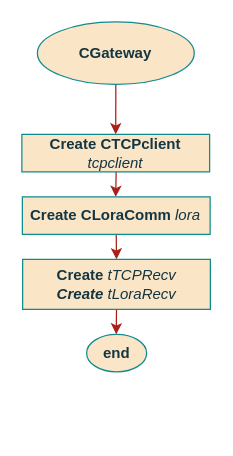
ESRGgroup9/slipad keeps this draw.io diagram as page "constructor" (2 of 5) of documentation/flowcharts/Gateway/CGateway.drawio. Above is the earlier version. Source tidied: cells renumbered, new cells numbered last; positions are measured from the earlier drawing's top-left corner, leaving out a move shared by most shapes. Both pictures are drawn from the tidied source at 125%, with x=0, y=0 at pixel (21, 21).
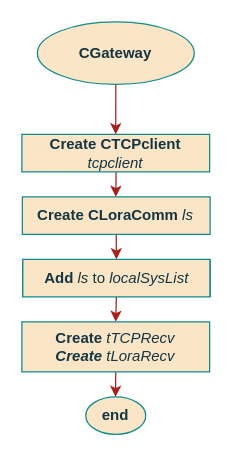
The same diagram, later.

What changed in the source:
```diff
@@
 <mxGraphModel>
   <root>
     <mxCell id="0" />
     <mxCell id="1" parent="0" />
     <mxCell id="2" style="rounded=1;sketch=0;jettySize=auto;html=1;exitX=0.5;exitY=1;exitDx=0;exitDy=0;entryX=0.5;entryY=0;entryDx=0;entryDy=0;fontColor=#143642;strokeColor=#A8201A;fillColor=#FAE5C7;" parent="1" edge="1" source="3" target="8">
       <mxGeometry relative="1" as="geometry" />
     </mxCell>
     <mxCell id="3" value="CGateway" style="ellipse;whiteSpace=wrap;html=1;fillColor=#FAE5C7;strokeColor=#0F8B8D;fontColor=#143642;fontStyle=1;" parent="1" vertex="1">
       <mxGeometry x="12.4" width="125.5" height="50" as="geometry" />
     </mxCell>
     <mxCell id="4" style="edgeStyle=orthogonalEdgeStyle;rounded=1;orthogonalLoop=1;jettySize=auto;html=1;exitX=0.5;exitY=1;exitDx=0;exitDy=0;entryX=0.5;entryY=0;entryDx=0;entryDy=0;fontSize=11;strokeColor=#A8201A;" parent="1" edge="1">
       <mxGeometry relative="1" as="geometry">
         <mxPoint x="75.4" y="120" as="sourcePoint" />
         <mxPoint x="75.1" y="140" as="targetPoint" />
       </mxGeometry>
     </mxCell>
     <mxCell id="5" value="end" style="ellipse;whiteSpace=wrap;html=1;fillColor=#FAE5C7;strokeColor=#0F8B8D;fontColor=#143642;fontStyle=1;" parent="1" vertex="1">
-      <mxGeometry x="51.8" y="250" width="48" height="30" as="geometry" />
+      <mxGeometry x="51.1" y="300" width="48" height="30" as="geometry" />
     </mxCell>
-    <mxCell id="6" style="edgeStyle=orthogonalEdgeStyle;rounded=1;jettySize=auto;html=1;exitX=0.5;exitY=1;exitDx=0;exitDy=0;entryX=0.5;entryY=0;entryDx=0;entryDy=0;fontSize=10;strokeColor=#A8201A;" parent="1" edge="1" source="7" target="10">
+    <mxCell id="6" style="edgeStyle=orthogonalEdgeStyle;rounded=1;jettySize=auto;html=1;exitX=0.5;exitY=1;exitDx=0;exitDy=0;entryX=0.5;entryY=0;entryDx=0;entryDy=0;fontSize=10;strokeColor=#A8201A;" parent="1" edge="1" source="7" target="12">
       <mxGeometry relative="1" as="geometry" />
     </mxCell>
-    <mxCell id="7" value="&lt;b&gt;Create&lt;/b&gt; &lt;b&gt;CLoraComm &lt;/b&gt;&lt;i&gt;lora&lt;/i&gt;&lt;br&gt;&lt;b&gt;&lt;/b&gt;" style="rounded=0;whiteSpace=wrap;html=1;sketch=0;fontColor=#143642;strokeColor=#0F8B8D;fillColor=#FAE5C7;" parent="1" vertex="1">
+    <mxCell id="7" value="&lt;b&gt;Create&lt;/b&gt; &lt;b&gt;CLoraComm &lt;/b&gt;&lt;i&gt;ls&lt;/i&gt;&lt;br&gt;&lt;b&gt;&lt;/b&gt;" style="rounded=0;whiteSpace=wrap;html=1;sketch=0;fontColor=#143642;strokeColor=#0F8B8D;fillColor=#FAE5C7;" parent="1" vertex="1">
       <mxGeometry x="0.4" y="140" width="150.2" height="30" as="geometry" />
     </mxCell>
     <mxCell id="8" value="&lt;b&gt;Create&lt;/b&gt; &lt;b&gt;CTCPclient &lt;/b&gt;&lt;i&gt;tcpclient&lt;/i&gt;" style="rounded=0;whiteSpace=wrap;html=1;sketch=0;fontColor=#143642;strokeColor=#0F8B8D;fillColor=#FAE5C7;" parent="1" vertex="1">
       <mxGeometry y="90" width="150.2" height="30" as="geometry" />
     </mxCell>
     <mxCell id="9" style="edgeStyle=orthogonalEdgeStyle;rounded=1;jettySize=auto;html=1;exitX=0.5;exitY=1;exitDx=0;exitDy=0;entryX=0.5;entryY=0;entryDx=0;entryDy=0;fontSize=10;strokeColor=#A8201A;" parent="1" edge="1" source="10">
       <mxGeometry relative="1" as="geometry">
-        <mxPoint x="75.5" y="250" as="targetPoint" />
+        <mxPoint x="74.9" y="300" as="targetPoint" />
       </mxGeometry>
     </mxCell>
     <mxCell id="10" value="&lt;div&gt;&lt;b&gt;Create&lt;/b&gt; &lt;i&gt;tTCPRecv&lt;/i&gt;&lt;/div&gt;&lt;div&gt;&lt;i&gt;&lt;b&gt;Create &lt;/b&gt;tLoraRecv&lt;br&gt;&lt;/i&gt;&lt;/div&gt;" style="rounded=0;whiteSpace=wrap;html=1;sketch=0;fontColor=#143642;strokeColor=#0F8B8D;fillColor=#FAE5C7;" parent="1" vertex="1">
-      <mxGeometry x="0.6" y="190" width="150.2" height="40" as="geometry" />
+      <mxGeometry y="240" width="150.2" height="40" as="geometry" />
     </mxCell>
+    <mxCell id="11" style="edgeStyle=orthogonalEdgeStyle;rounded=1;jettySize=auto;html=1;exitX=0.5;exitY=1;exitDx=0;exitDy=0;entryX=0.5;entryY=0;entryDx=0;entryDy=0;strokeColor=#A8201A;" parent="1" edge="1" source="12" target="10">
+      <mxGeometry relative="1" as="geometry" />
+    </mxCell>
+    <mxCell id="12" value="&lt;b&gt;Add &lt;/b&gt;&lt;i&gt;ls &lt;/i&gt;to &lt;i&gt;localSysList&lt;/i&gt; " style="shape=process;whiteSpace=wrap;html=1;backgroundOutline=1;rounded=0;sketch=0;fontColor=#143642;strokeColor=#0F8B8D;fillColor=#FAE5C7;size=0;" parent="1" vertex="1">
+      <mxGeometry x="0.6" y="190" width="150" height="30" as="geometry" />
+    </mxCell>
   </root>
 </mxGraphModel>
```
